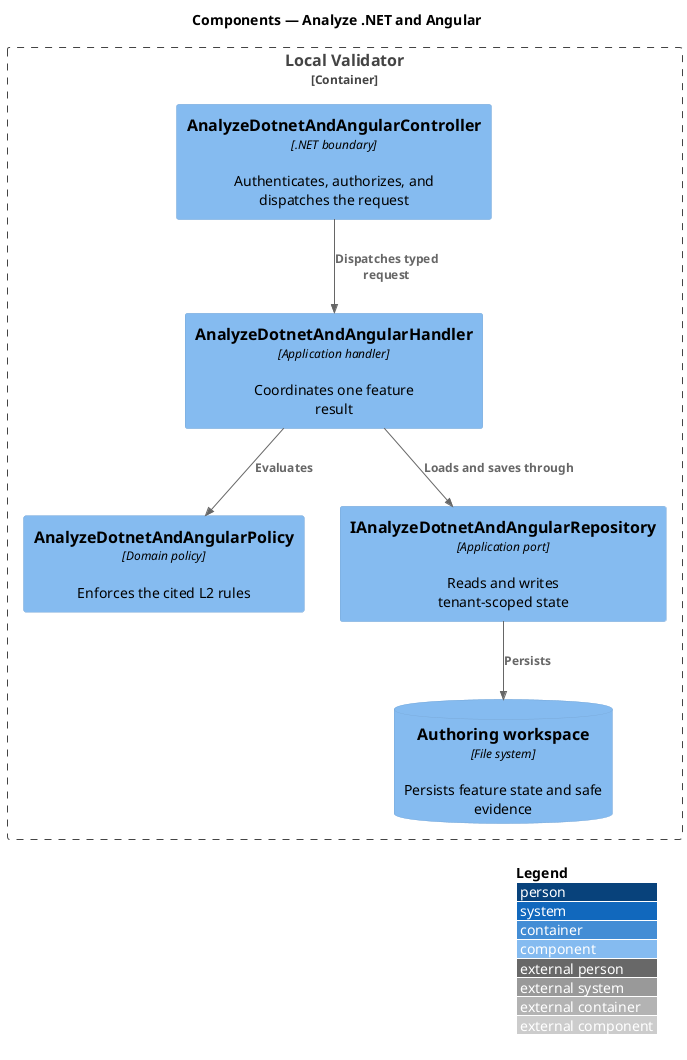
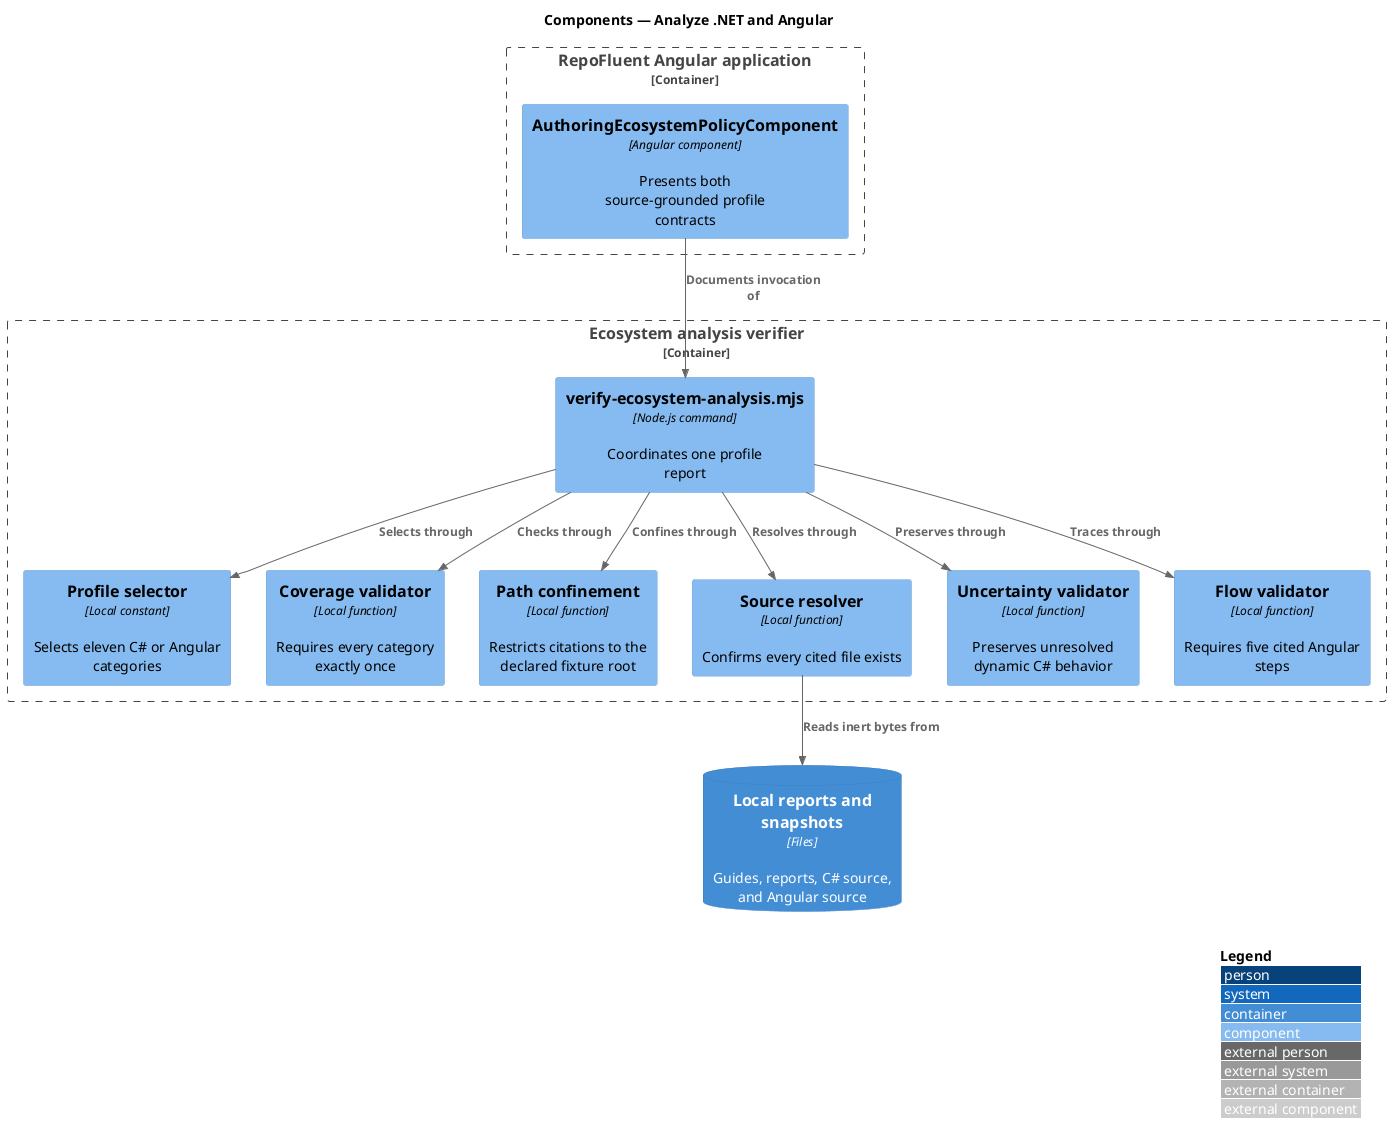
@startuml
!include <C4/C4_Component>
LAYOUT_WITH_LEGEND()
title Components — Analyze .NET and Angular

- Container_Boundary(api, "Local Validator") {
-   Component(controller, "AnalyzeDotnetAndAngularController", ".NET boundary", "Authenticates, authorizes, and dispatches the request")
-   Component(handler, "AnalyzeDotnetAndAngularHandler", "Application handler", "Coordinates one feature result")
-   Component(policy, "AnalyzeDotnetAndAngularPolicy", "Domain policy", "Enforces the cited L2 rules")
-   Component(repository, "IAnalyzeDotnetAndAngularRepository", "Application port", "Reads and writes tenant-scoped state")
-   ComponentDb(store, "Authoring workspace", "File system", "Persists feature state and safe evidence")
+ Container_Boundary(web, "RepoFluent Angular application") {
+   Component(policyView, "AuthoringEcosystemPolicyComponent", "Angular component", "Presents both source-grounded profile contracts")
}
+ Container_Boundary(command, "Ecosystem analysis verifier") {
+   Component(entry, "verify-ecosystem-analysis.mjs", "Node.js command", "Coordinates one profile report")
+   Component(selector, "Profile selector", "Local constant", "Selects eleven C# or Angular categories")
+   Component(coverage, "Coverage validator", "Local function", "Requires every category exactly once")
+   Component(confinement, "Path confinement", "Local function", "Restricts citations to the declared fixture root")
+   Component(resolver, "Source resolver", "Local function", "Confirms every cited file exists")
+   Component(uncertainty, "Uncertainty validator", "Local function", "Preserves unresolved dynamic C# behavior")
+   Component(flow, "Flow validator", "Local function", "Requires five cited Angular steps")
+ }
+ ContainerDb(files, "Local reports and snapshots", "Files", "Guides, reports, C# source, and Angular source")

- Rel(controller, handler, "Dispatches typed request")
- Rel(handler, policy, "Evaluates")
- Rel(handler, repository, "Loads and saves through")
- Rel(repository, store, "Persists")
+ Rel(policyView, entry, "Documents invocation of")
+ Rel(entry, selector, "Selects through")
+ Rel(entry, coverage, "Checks through")
+ Rel(entry, confinement, "Confines through")
+ Rel(entry, resolver, "Resolves through")
+ Rel(entry, uncertainty, "Preserves through")
+ Rel(entry, flow, "Traces through")
+ Rel(resolver, files, "Reads inert bytes from")
@enduml
